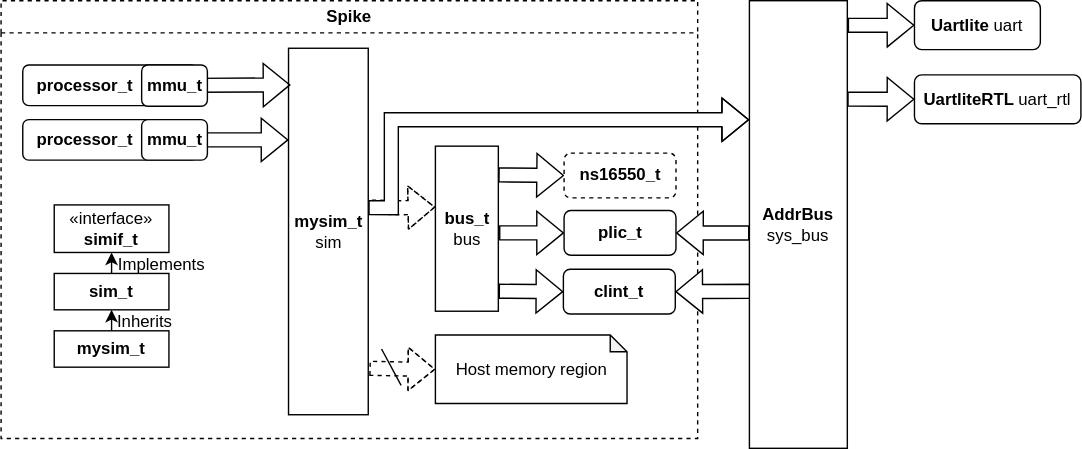
Above: SVG/Emu_SpikeIntegration.drawio.svg in DreamChaser-luzeyu/MyPic (draw.io), before the change. Source tidied: cells renumbered, new cells last; positions are measured from the earlier drawing's top-left corner, leaving out a move shared by most shapes.
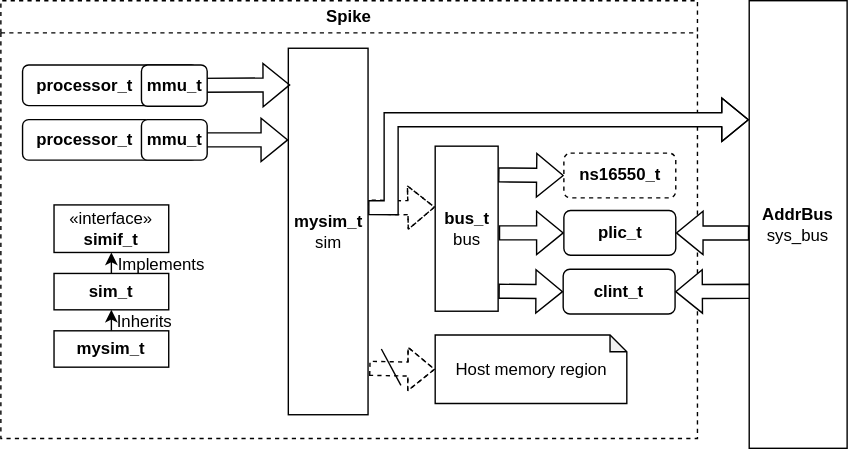
Above is the later version.

The edit, as a diff of the source:
```diff
@@ -102,18 +102,6 @@
         </Array>
       </mxGeometry>
     </mxCell>
-    <mxCell id="31" value="&lt;b&gt;Uartlite &lt;/b&gt;uart" style="rounded=1;whiteSpace=wrap;html=1;" parent="1" vertex="1">
-      <mxGeometry x="653" width="90" height="35" as="geometry" />
-    </mxCell>
-    <mxCell id="32" style="rounded=0;jettySize=auto;html=1;entryX=0;entryY=0.5;entryDx=0;entryDy=0;shape=flexArrow;exitX=1.004;exitY=0.055;exitDx=0;exitDy=0;exitPerimeter=0;" parent="1" edge="1" source="29" target="31">
-      <mxGeometry relative="1" as="geometry" />
-    </mxCell>
-    <mxCell id="33" value="&lt;b&gt;UartliteRTL &lt;/b&gt;uart_rtl" style="rounded=1;whiteSpace=wrap;html=1;" parent="1" vertex="1">
-      <mxGeometry x="653" y="53" width="119" height="35" as="geometry" />
-    </mxCell>
-    <mxCell id="34" style="rounded=0;jettySize=auto;html=1;entryX=0;entryY=0.5;entryDx=0;entryDy=0;shape=flexArrow;exitX=1;exitY=0.22;exitDx=0;exitDy=0;exitPerimeter=0;" parent="1" edge="1" source="29" target="33">
-      <mxGeometry relative="1" as="geometry" />
-    </mxCell>
     <mxCell id="35" style="endArrow=none;html=1;rounded=0;" parent="1" edge="1">
       <mxGeometry relative="1" as="geometry">
         <mxPoint x="286" y="275" as="sourcePoint" />
```
